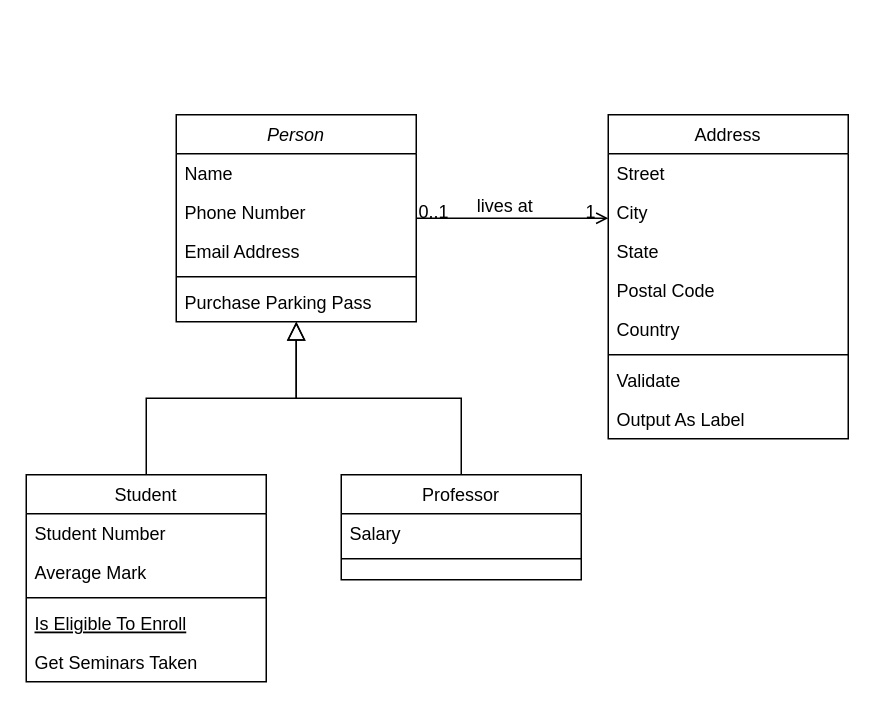
The draw.io diagram Диаграмма без названия.drawio in iSHZ1/OOP, before the edit. Source tidied: cells renumbered, new cells numbered last; positions are measured from the earlier drawing's top-left corner, leaving out a move shared by most shapes. Both pictures are drawn from the tidied source at 150%, with x=0, y=0 at pixel (26, 114).
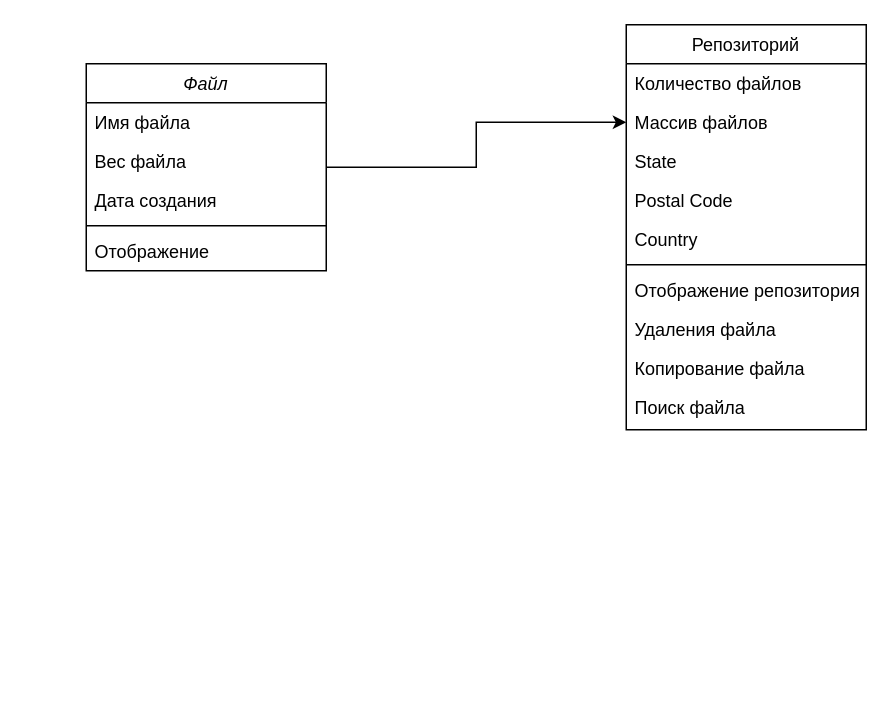
The same page after the edit.

Diff of the diagram source:
```diff
@@
+    <mxCell id="32" style="edgeStyle=orthogonalEdgeStyle;rounded=0;jettySize=auto;html=1;entryX=0;entryY=0.5;entryDx=0;entryDy=0;" parent="1" edge="1" source="2" target="21">
+      <mxGeometry relative="1" as="geometry" />
+    </mxCell>
-    <mxCell id="2" value="Person" style="swimlane;fontStyle=2;align=center;verticalAlign=top;horizontal=1;startSize=26;rounded=0;shadow=0;strokeWidth=1;" parent="1" vertex="1">
-      <mxGeometry x="100" width="160" height="138" as="geometry" />
+    <mxCell id="2" value="Файл" style="swimlane;fontStyle=2;align=center;verticalAlign=top;horizontal=1;startSize=26;rounded=0;shadow=0;strokeWidth=1;" parent="1" vertex="1">
+      <mxGeometry x="40" y="-34" width="160" height="138" as="geometry" />
     </mxCell>
-    <mxCell id="3" value="Name" style="text;align=left;verticalAlign=top;spacingLeft=4;spacingRight=4;overflow=hidden;" parent="2" vertex="1">
+    <mxCell id="3" value="Имя файла" style="text;align=left;verticalAlign=top;spacingLeft=4;spacingRight=4;overflow=hidden;" parent="2" vertex="1">
       <mxGeometry y="26" width="160" height="26" as="geometry" />
     </mxCell>
-    <mxCell id="4" value="Phone Number" style="text;align=left;verticalAlign=top;spacingLeft=4;spacingRight=4;overflow=hidden;rounded=0;shadow=0;html=0;" parent="2" vertex="1">
+    <mxCell id="4" value="Вес файла" style="text;align=left;verticalAlign=top;spacingLeft=4;spacingRight=4;overflow=hidden;rounded=0;shadow=0;html=0;" parent="2" vertex="1">
       <mxGeometry y="52" width="160" height="26" as="geometry" />
     </mxCell>
-    <mxCell id="5" value="Email Address" style="text;align=left;verticalAlign=top;spacingLeft=4;spacingRight=4;overflow=hidden;rounded=0;shadow=0;html=0;" parent="2" vertex="1">
+    <mxCell id="5" value="Дата создания" style="text;align=left;verticalAlign=top;spacingLeft=4;spacingRight=4;overflow=hidden;rounded=0;shadow=0;html=0;" parent="2" vertex="1">
       <mxGeometry y="78" width="160" height="26" as="geometry" />
     </mxCell>
@@
-    <mxCell id="7" value="Purchase Parking Pass" style="text;align=left;verticalAlign=top;spacingLeft=4;spacingRight=4;overflow=hidden;" parent="2" vertex="1">
+    <mxCell id="7" value="Отображение" style="text;align=left;verticalAlign=top;spacingLeft=4;spacingRight=4;overflow=hidden;" parent="2" vertex="1">
       <mxGeometry y="112" width="160" height="26" as="geometry" />
     </mxCell>
-    <mxCell id="8" value="Student" style="swimlane;fontStyle=0;align=center;verticalAlign=top;horizontal=1;startSize=26;rounded=0;shadow=0;strokeWidth=1;" parent="1" vertex="1">
-      <mxGeometry y="240" width="160" height="138" as="geometry" />
-    </mxCell>
-    <mxCell id="9" value="Student Number" style="text;align=left;verticalAlign=top;spacingLeft=4;spacingRight=4;overflow=hidden;" parent="8" vertex="1">
-      <mxGeometry y="26" width="160" height="26" as="geometry" />
-    </mxCell>
-    <mxCell id="10" value="Average Mark" style="text;align=left;verticalAlign=top;spacingLeft=4;spacingRight=4;overflow=hidden;rounded=0;shadow=0;html=0;" parent="8" vertex="1">
-      <mxGeometry y="52" width="160" height="26" as="geometry" />
-    </mxCell>
-    <mxCell id="11" style="line;html=1;strokeWidth=1;align=left;verticalAlign=middle;spacingTop=-1;spacingLeft=3;spacingRight=3;labelPosition=right;" parent="8" vertex="1">
-      <mxGeometry y="78" width="160" height="8" as="geometry" />
-    </mxCell>
-    <mxCell id="12" value="Is Eligible To Enroll" style="text;align=left;verticalAlign=top;spacingLeft=4;spacingRight=4;overflow=hidden;fontStyle=4;" parent="8" vertex="1">
-      <mxGeometry y="86" width="160" height="26" as="geometry" />
-    </mxCell>
-    <mxCell id="13" value="Get Seminars Taken" style="text;align=left;verticalAlign=top;spacingLeft=4;spacingRight=4;overflow=hidden;" parent="8" vertex="1">
-      <mxGeometry y="112" width="160" height="26" as="geometry" />
-    </mxCell>
-    <mxCell id="14" style="endArrow=block;endSize=10;endFill=0;shadow=0;strokeWidth=1;rounded=0;edgeStyle=elbowEdgeStyle;elbow=vertical;" parent="1" edge="1" source="8" target="2">
-      <mxGeometry relative="1" as="geometry" />
-    </mxCell>
-    <mxCell id="15" value="Professor" style="swimlane;fontStyle=0;align=center;verticalAlign=top;horizontal=1;startSize=26;rounded=0;shadow=0;strokeWidth=1;" parent="1" vertex="1">
-      <mxGeometry x="210" y="240" width="160" height="70" as="geometry" />
-    </mxCell>
-    <mxCell id="16" value="Salary" style="text;align=left;verticalAlign=top;spacingLeft=4;spacingRight=4;overflow=hidden;" parent="15" vertex="1">
-      <mxGeometry y="26" width="160" height="26" as="geometry" />
-    </mxCell>
-    <mxCell id="17" style="line;html=1;strokeWidth=1;align=left;verticalAlign=middle;spacingTop=-1;spacingLeft=3;spacingRight=3;labelPosition=right;" parent="15" vertex="1">
-      <mxGeometry y="52" width="160" height="8" as="geometry" />
-    </mxCell>
-    <mxCell id="18" style="endArrow=block;endSize=10;endFill=0;shadow=0;strokeWidth=1;rounded=0;edgeStyle=elbowEdgeStyle;elbow=vertical;" parent="1" edge="1" source="15" target="2">
-      <mxGeometry relative="1" as="geometry" />
-    </mxCell>
-    <mxCell id="19" value="Address" style="swimlane;fontStyle=0;align=center;verticalAlign=top;horizontal=1;startSize=26;rounded=0;shadow=0;strokeWidth=1;" parent="1" vertex="1">
-      <mxGeometry x="388" width="160" height="216" as="geometry" />
+    <mxCell id="19" value="Репозиторий" style="swimlane;fontStyle=0;align=center;verticalAlign=top;horizontal=1;startSize=26;rounded=0;shadow=0;strokeWidth=1;" parent="1" vertex="1">
+      <mxGeometry x="400" y="-60" width="160" height="270" as="geometry" />
     </mxCell>
-    <mxCell id="20" value="Street" style="text;align=left;verticalAlign=top;spacingLeft=4;spacingRight=4;overflow=hidden;" parent="19" vertex="1">
+    <mxCell id="20" value="Количество файлов" style="text;align=left;verticalAlign=top;spacingLeft=4;spacingRight=4;overflow=hidden;" parent="19" vertex="1">
       <mxGeometry y="26" width="160" height="26" as="geometry" />
     </mxCell>
-    <mxCell id="21" value="City" style="text;align=left;verticalAlign=top;spacingLeft=4;spacingRight=4;overflow=hidden;points=[[0,0.5],[1,0.5]];portConstraint=eastwest;rounded=0;shadow=0;html=0;" parent="19" vertex="1">
+    <mxCell id="21" value="Массив файлов" style="text;align=left;verticalAlign=top;spacingLeft=4;spacingRight=4;overflow=hidden;points=[[0,0.5],[1,0.5]];portConstraint=eastwest;rounded=0;shadow=0;html=0;" parent="19" vertex="1">
       <mxGeometry y="52" width="160" height="26" as="geometry" />
     </mxCell>
@@
-    <mxCell id="26" value="Validate" style="text;align=left;verticalAlign=top;spacingLeft=4;spacingRight=4;overflow=hidden;" parent="19" vertex="1">
+    <mxCell id="26" value="Отображение репозитория" style="text;align=left;verticalAlign=top;spacingLeft=4;spacingRight=4;overflow=hidden;" parent="19" vertex="1">
       <mxGeometry y="164" width="160" height="26" as="geometry" />
     </mxCell>
-    <mxCell id="27" value="Output As Label" style="text;align=left;verticalAlign=top;spacingLeft=4;spacingRight=4;overflow=hidden;" parent="19" vertex="1">
-      <mxGeometry y="190" width="160" height="26" as="geometry" />
-    </mxCell>
-    <mxCell id="28" style="endArrow=open;shadow=0;strokeWidth=1;rounded=0;endFill=1;edgeStyle=elbowEdgeStyle;elbow=vertical;" parent="1" edge="1" source="2" target="19">
-      <mxGeometry x="0.5" y="41" relative="1" as="geometry">
-        <mxPoint x="-40" y="32" as="offset" />
-      </mxGeometry>
-    </mxCell>
-    <mxCell id="29" value="0..1" style="align=left;verticalAlign=bottom;labelBackgroundColor=none;fontSize=12;" parent="28" vertex="1">
-      <mxGeometry x="-1" relative="1" as="geometry">
-        <mxPoint y="4" as="offset" />
-      </mxGeometry>
-    </mxCell>
-    <mxCell id="30" value="1" style="align=right;verticalAlign=bottom;labelBackgroundColor=none;fontSize=12;" parent="28" vertex="1">
-      <mxGeometry x="1" relative="1" as="geometry">
-        <mxPoint x="-7" y="4" as="offset" />
-      </mxGeometry>
-    </mxCell>
-    <mxCell id="31" value="lives at" style="text;html=1;align=center;verticalAlign=middle;labelBackgroundColor=none;rounded=0;shadow=0;strokeWidth=1;fontSize=12;" parent="28" vertex="1">
-      <mxGeometry x="0.5" y="49" relative="1" as="geometry">
-        <mxPoint x="-38" y="40" as="offset" />
-      </mxGeometry>
-    </mxCell>
+    <mxCell id="33" value="Удаления файла" style="text;align=left;verticalAlign=top;spacingLeft=4;spacingRight=4;overflow=hidden;" parent="19" vertex="1">
+      <mxGeometry y="190" width="160" height="26" as="geometry" />
+    </mxCell>
+    <mxCell id="34" value="Копирование файла" style="text;align=left;verticalAlign=top;spacingLeft=4;spacingRight=4;overflow=hidden;" parent="19" vertex="1">
+      <mxGeometry y="216" width="160" height="26" as="geometry" />
+    </mxCell>
+    <mxCell id="35" value="Поиск файла" style="text;align=left;verticalAlign=top;spacingLeft=4;spacingRight=4;overflow=hidden;" parent="19" vertex="1">
+      <mxGeometry y="242" width="160" height="26" as="geometry" />
+    </mxCell>
```
